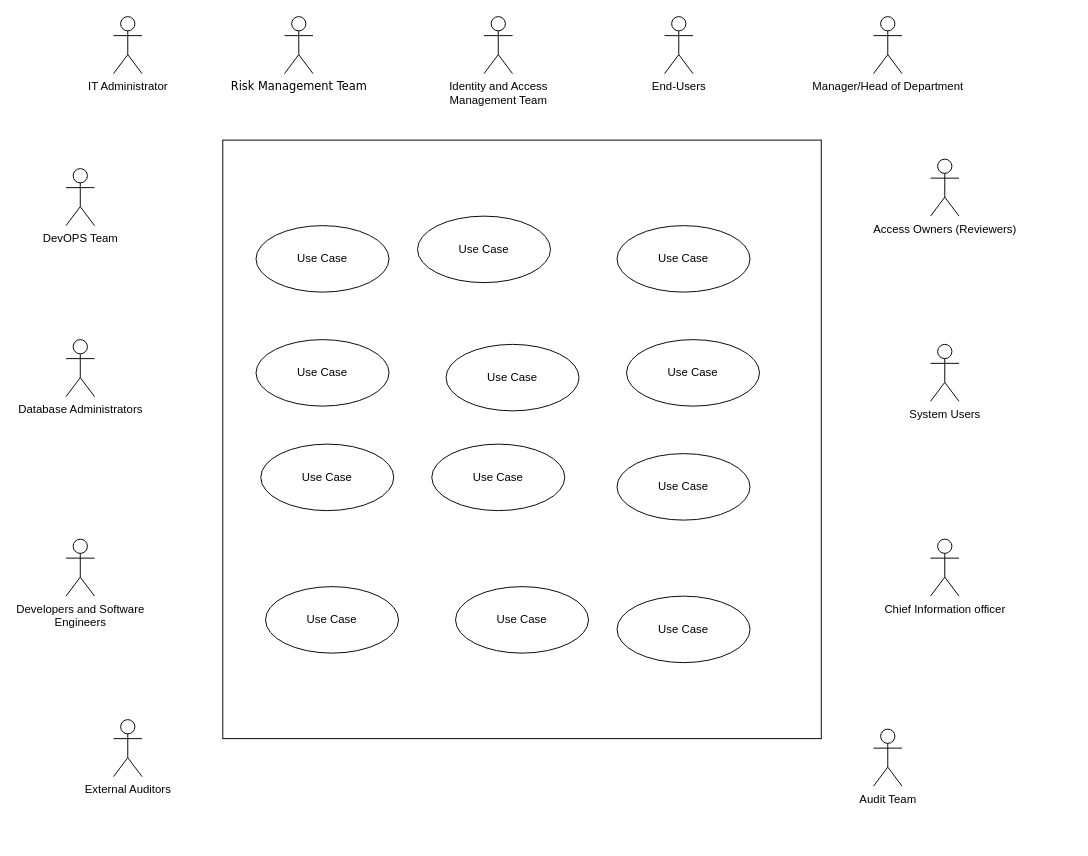
The draw.io diagram Untitled Diagram.drawio in DebasritaS/Sinethemba-Godlo-03, before the edit. Source tidied: cells renumbered, new cells numbered last; positions are measured from the earlier drawing's top-left corner, leaving out a move shared by most shapes. Both pictures are drawn from the tidied source at 95%, with x=0, y=0 at pixel (66, 16).
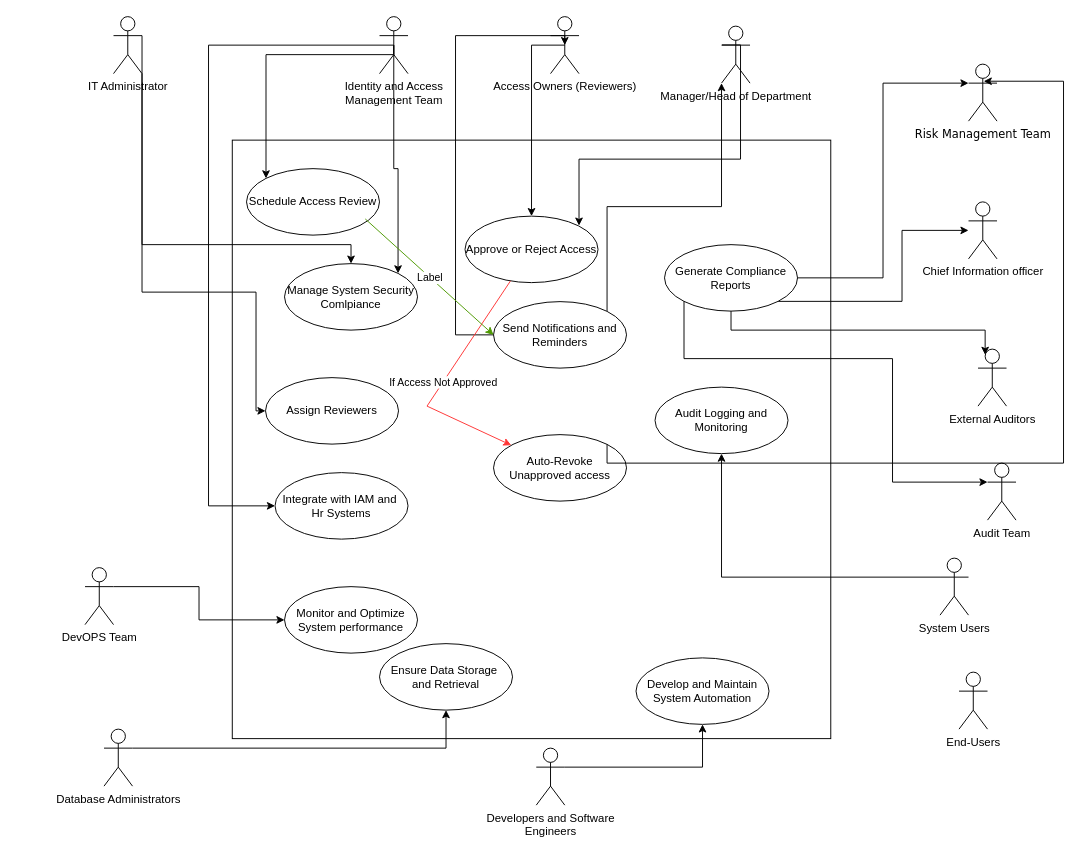
After the change.

Unchanged cells that the change refers to:
```xml
<mxCell id="4" value="IT Administrator" style="shape=umlActor;verticalLabelPosition=bottom;verticalAlign=top;html=1;outlineConnect=0;" parent="1" vertex="1">
  <mxGeometry x="50" width="30" height="60" as="geometry" />
</mxCell>
```

Change to the diagram source:
```diff
@@
     <mxCell id="2" value="Risk Management Team" style="shape=umlActor;verticalLabelPosition=bottom;verticalAlign=top;html=1;fontFamily=Verdana;" parent="1" vertex="1">
-      <mxGeometry x="230" width="30" height="60" as="geometry" />
+      <mxGeometry x="950" y="50" width="30" height="60" as="geometry" />
     </mxCell>
     <mxCell id="3" style="whiteSpace=wrap;html=1;" parent="1" vertex="1">
-      <mxGeometry x="165" y="130" width="630" height="630" as="geometry" />
+      <mxGeometry x="175" y="130" width="630" height="630" as="geometry" />
     </mxCell>
+    <mxCell id="28" style="edgeStyle=orthogonalEdgeStyle;rounded=0;jettySize=auto;html=1;exitX=1;exitY=1;exitDx=0;exitDy=0;exitPerimeter=0;" parent="1" edge="1" source="4" target="21">
+      <mxGeometry relative="1" as="geometry">
+        <Array as="points">
+          <mxPoint x="80" y="290" />
+          <mxPoint x="200" y="290" />
+        </Array>
+      </mxGeometry>
+    </mxCell>
+    <mxCell id="29" style="edgeStyle=orthogonalEdgeStyle;rounded=0;jettySize=auto;html=1;exitX=1;exitY=0.3333333333333333;exitDx=0;exitDy=0;exitPerimeter=0;" parent="1" edge="1" source="4" target="16">
+      <mxGeometry relative="1" as="geometry">
+        <Array as="points">
+          <mxPoint x="80" y="240" />
+          <mxPoint x="300" y="240" />
+        </Array>
+      </mxGeometry>
+    </mxCell>
@@
+    <mxCell id="30" style="edgeStyle=orthogonalEdgeStyle;rounded=0;jettySize=auto;html=1;exitX=0.5;exitY=0.5;exitDx=0;exitDy=0;exitPerimeter=0;entryX=0;entryY=0;entryDx=0;entryDy=0;" parent="1" edge="1" source="5" target="22">
+      <mxGeometry relative="1" as="geometry">
+        <Array as="points">
+          <mxPoint x="345" y="40" />
+          <mxPoint x="211" y="40" />
+        </Array>
+      </mxGeometry>
+    </mxCell>
+    <mxCell id="31" style="edgeStyle=orthogonalEdgeStyle;rounded=0;jettySize=auto;html=1;exitX=0.5;exitY=0.5;exitDx=0;exitDy=0;exitPerimeter=0;entryX=1;entryY=0;entryDx=0;entryDy=0;" parent="1" edge="1" source="5" target="16">
+      <mxGeometry relative="1" as="geometry">
+        <Array as="points">
+          <mxPoint x="345" y="160" />
+          <mxPoint x="350" y="160" />
+        </Array>
+      </mxGeometry>
+    </mxCell>
+    <mxCell id="32" style="edgeStyle=orthogonalEdgeStyle;rounded=0;jettySize=auto;html=1;exitX=0.5;exitY=0.5;exitDx=0;exitDy=0;exitPerimeter=0;entryX=0;entryY=0.5;entryDx=0;entryDy=0;" parent="1" edge="1" source="5" target="19">
+      <mxGeometry relative="1" as="geometry">
+        <Array as="points">
+          <mxPoint x="150" y="30" />
+          <mxPoint x="150" y="515" />
+        </Array>
+      </mxGeometry>
+    </mxCell>
     <mxCell id="5" value="Identity and Access&lt;div&gt;Management Team&lt;/div&gt;" style="shape=umlActor;verticalLabelPosition=bottom;verticalAlign=top;html=1;outlineConnect=0;" parent="1" vertex="1">
-      <mxGeometry x="440" width="30" height="60" as="geometry" />
+      <mxGeometry x="330" width="30" height="60" as="geometry" />
     </mxCell>
+    <mxCell id="33" style="edgeStyle=orthogonalEdgeStyle;rounded=0;jettySize=auto;html=1;exitX=1;exitY=0.3333333333333333;exitDx=0;exitDy=0;exitPerimeter=0;" parent="1" edge="1" source="6" target="18">
+      <mxGeometry relative="1" as="geometry" />
+    </mxCell>
     <mxCell id="6" value="Developers and Software&lt;div&gt;Engineers&lt;/div&gt;" style="shape=umlActor;verticalLabelPosition=bottom;verticalAlign=top;html=1;outlineConnect=0;" parent="1" vertex="1">
-      <mxGeometry y="550" width="30" height="60" as="geometry" />
+      <mxGeometry x="495" y="770" width="30" height="60" as="geometry" />
     </mxCell>
+    <mxCell id="34" style="edgeStyle=orthogonalEdgeStyle;rounded=0;jettySize=auto;html=1;exitX=1;exitY=0.3333333333333333;exitDx=0;exitDy=0;exitPerimeter=0;" parent="1" edge="1" source="7" target="20">
+      <mxGeometry relative="1" as="geometry" />
+    </mxCell>
     <mxCell id="7" value="Database Administrators" style="shape=umlActor;verticalLabelPosition=bottom;verticalAlign=top;html=1;outlineConnect=0;" parent="1" vertex="1">
-      <mxGeometry y="340" width="30" height="60" as="geometry" />
+      <mxGeometry x="40" y="750" width="30" height="60" as="geometry" />
     </mxCell>
     <mxCell id="8" value="External Auditors" style="shape=umlActor;verticalLabelPosition=bottom;verticalAlign=top;html=1;outlineConnect=0;" parent="1" vertex="1">
-      <mxGeometry x="50" y="740" width="30" height="60" as="geometry" />
+      <mxGeometry x="960" y="350" width="30" height="60" as="geometry" />
     </mxCell>
     <mxCell id="9" value="Chief Information officer" style="shape=umlActor;verticalLabelPosition=bottom;verticalAlign=top;html=1;outlineConnect=0;" parent="1" vertex="1">
-      <mxGeometry x="910" y="550" width="30" height="60" as="geometry" />
+      <mxGeometry x="950" y="195" width="30" height="60" as="geometry" />
     </mxCell>
+    <mxCell id="35" style="edgeStyle=orthogonalEdgeStyle;rounded=0;jettySize=auto;html=1;exitX=1;exitY=0.3333333333333333;exitDx=0;exitDy=0;exitPerimeter=0;entryX=0;entryY=0.5;entryDx=0;entryDy=0;" parent="1" edge="1" source="10" target="26">
+      <mxGeometry relative="1" as="geometry" />
+    </mxCell>
     <mxCell id="10" value="DevOPS Team" style="shape=umlActor;verticalLabelPosition=bottom;verticalAlign=top;html=1;outlineConnect=0;" parent="1" vertex="1">
-      <mxGeometry y="160" width="30" height="60" as="geometry" />
+      <mxGeometry x="20" y="580" width="30" height="60" as="geometry" />
     </mxCell>
+    <mxCell id="36" style="edgeStyle=orthogonalEdgeStyle;rounded=0;jettySize=auto;html=1;exitX=0.5;exitY=0.5;exitDx=0;exitDy=0;exitPerimeter=0;" parent="1" edge="1" source="11" target="23">
+      <mxGeometry relative="1" as="geometry">
+        <Array as="points">
+          <mxPoint x="490" y="30" />
+        </Array>
+      </mxGeometry>
+    </mxCell>
     <mxCell id="11" value="Access Owners (Reviewers)" style="shape=umlActor;verticalLabelPosition=bottom;verticalAlign=top;html=1;outlineConnect=0;" parent="1" vertex="1">
-      <mxGeometry x="910" y="150" width="30" height="60" as="geometry" />
+      <mxGeometry x="510" width="30" height="60" as="geometry" />
     </mxCell>
     <mxCell id="12" value="Audit Team" style="shape=umlActor;verticalLabelPosition=bottom;verticalAlign=top;html=1;outlineConnect=0;" parent="1" vertex="1">
-      <mxGeometry x="850" y="750" width="30" height="60" as="geometry" />
+      <mxGeometry x="970" y="470" width="30" height="60" as="geometry" />
     </mxCell>
+    <mxCell id="37" style="edgeStyle=orthogonalEdgeStyle;rounded=0;orthogonalLoop=1;jettySize=auto;html=1;exitX=0;exitY=0.3333333333333333;exitDx=0;exitDy=0;exitPerimeter=0;entryX=1;entryY=0;entryDx=0;entryDy=0;" parent="1" edge="1">
+      <mxGeometry relative="1" as="geometry">
+        <mxPoint x="690.5" y="29.8" as="sourcePoint" />
+        <mxPoint x="540" y="220" as="targetPoint" />
+        <Array as="points">
+          <mxPoint x="710" y="30" />
+          <mxPoint x="710" y="150" />
+          <mxPoint x="540" y="150" />
+        </Array>
+      </mxGeometry>
+    </mxCell>
     <mxCell id="13" value="Manager/Head of Department" style="shape=umlActor;verticalLabelPosition=bottom;verticalAlign=top;html=1;outlineConnect=0;" parent="1" vertex="1">
-      <mxGeometry x="850" width="30" height="60" as="geometry" />
+      <mxGeometry x="690" y="10" width="30" height="60" as="geometry" />
     </mxCell>
     <mxCell id="14" value="End-Users" style="shape=umlActor;verticalLabelPosition=bottom;verticalAlign=top;html=1;" parent="1" vertex="1">
-      <mxGeometry x="630" width="30" height="60" as="geometry" />
+      <mxGeometry x="940" y="690" width="30" height="60" as="geometry" />
     </mxCell>
+    <mxCell id="38" style="edgeStyle=orthogonalEdgeStyle;rounded=0;jettySize=auto;html=1;exitX=0;exitY=0.3333333333333333;exitDx=0;exitDy=0;exitPerimeter=0;" parent="1" edge="1" source="15" target="24">
+      <mxGeometry relative="1" as="geometry" />
+    </mxCell>
     <mxCell id="15" value="System Users" style="shape=umlActor;verticalLabelPosition=bottom;verticalAlign=top;html=1;outlineConnect=0;" parent="1" vertex="1">
-      <mxGeometry x="910" y="345" width="30" height="60" as="geometry" />
+      <mxGeometry x="920" y="570" width="30" height="60" as="geometry" />
     </mxCell>
-    <mxCell id="16" value="Use Case" style="ellipse;whiteSpace=wrap;html=1;" parent="1" vertex="1">
-      <mxGeometry x="200" y="220" width="140" height="70" as="geometry" />
+    <mxCell id="16" value="Manage System Security&lt;br&gt;Comlpiance" style="ellipse;whiteSpace=wrap;html=1;" parent="1" vertex="1">
+      <mxGeometry x="230" y="260" width="140" height="70" as="geometry" />
     </mxCell>
+    <mxCell id="39" style="edgeStyle=orthogonalEdgeStyle;rounded=0;jettySize=auto;html=1;exitX=1;exitY=1;exitDx=0;exitDy=0;" parent="1" edge="1" source="17" target="9">
+      <mxGeometry relative="1" as="geometry">
+        <Array as="points">
+          <mxPoint x="880" y="300" />
+          <mxPoint x="880" y="225" />
+        </Array>
+      </mxGeometry>
+    </mxCell>
-    <mxCell id="17" value="Use Case" style="ellipse;whiteSpace=wrap;html=1;" parent="1" vertex="1">
-      <mxGeometry x="200" y="340" width="140" height="70" as="geometry" />
+    <mxCell id="17" value="Generate Compliance Reports" style="ellipse;whiteSpace=wrap;html=1;" parent="1" vertex="1">
+      <mxGeometry x="630" y="240" width="140" height="70" as="geometry" />
     </mxCell>
-    <mxCell id="18" value="Use Case" style="ellipse;whiteSpace=wrap;html=1;" parent="1" vertex="1">
-      <mxGeometry x="205" y="450" width="140" height="70" as="geometry" />
+    <mxCell id="18" value="Develop and Maintain&lt;br&gt;System Automation" style="ellipse;whiteSpace=wrap;html=1;" parent="1" vertex="1">
+      <mxGeometry x="600" y="675" width="140" height="70" as="geometry" />
     </mxCell>
-    <mxCell id="19" value="Use Case" style="ellipse;whiteSpace=wrap;html=1;" parent="1" vertex="1">
-      <mxGeometry x="370" y="210" width="140" height="70" as="geometry" />
+    <mxCell id="19" value="Integrate with IAM and&amp;nbsp;&lt;div&gt;Hr Systems&lt;/div&gt;" style="ellipse;whiteSpace=wrap;html=1;" parent="1" vertex="1">
+      <mxGeometry x="220" y="480" width="140" height="70" as="geometry" />
     </mxCell>
-    <mxCell id="20" value="Use Case" style="ellipse;whiteSpace=wrap;html=1;" parent="1" vertex="1">
-      <mxGeometry x="385" y="450" width="140" height="70" as="geometry" />
+    <mxCell id="20" value="Ensure Data Storage&amp;nbsp;&lt;div&gt;and Retrieval&lt;/div&gt;" style="ellipse;whiteSpace=wrap;html=1;" parent="1" vertex="1">
+      <mxGeometry x="330" y="660" width="140" height="70" as="geometry" />
     </mxCell>
-    <mxCell id="21" value="Use Case" style="ellipse;whiteSpace=wrap;html=1;" parent="1" vertex="1">
-      <mxGeometry x="210" y="600" width="140" height="70" as="geometry" />
+    <mxCell id="21" value="Assign Reviewers" style="ellipse;whiteSpace=wrap;html=1;" parent="1" vertex="1">
+      <mxGeometry x="210" y="380" width="140" height="70" as="geometry" />
     </mxCell>
-    <mxCell id="22" value="Use Case" style="ellipse;whiteSpace=wrap;html=1;" parent="1" vertex="1">
-      <mxGeometry x="410" y="600" width="140" height="70" as="geometry" />
+    <mxCell id="22" value="Schedule Access Review" style="ellipse;whiteSpace=wrap;html=1;" parent="1" vertex="1">
+      <mxGeometry x="190" y="160" width="140" height="70" as="geometry" />
     </mxCell>
-    <mxCell id="23" value="Use Case" style="ellipse;whiteSpace=wrap;html=1;" parent="1" vertex="1">
-      <mxGeometry x="400" y="345" width="140" height="70" as="geometry" />
+    <mxCell id="23" value="Approve or Reject Access" style="ellipse;whiteSpace=wrap;html=1;" parent="1" vertex="1">
+      <mxGeometry x="420" y="210" width="140" height="70" as="geometry" />
     </mxCell>
-    <mxCell id="24" value="Use Case" style="ellipse;whiteSpace=wrap;html=1;" parent="1" vertex="1">
-      <mxGeometry x="580" y="220" width="140" height="70" as="geometry" />
+    <mxCell id="24" value="Audit Logging and Monitoring" style="ellipse;whiteSpace=wrap;html=1;" parent="1" vertex="1">
+      <mxGeometry x="620" y="390" width="140" height="70" as="geometry" />
     </mxCell>
-    <mxCell id="25" value="Use Case" style="ellipse;whiteSpace=wrap;html=1;" parent="1" vertex="1">
-      <mxGeometry x="590" y="340" width="140" height="70" as="geometry" />
+    <mxCell id="25" value="Auto-Revoke&lt;div&gt;Unapproved access&lt;/div&gt;" style="ellipse;whiteSpace=wrap;html=1;" parent="1" vertex="1">
+      <mxGeometry x="450" y="440" width="140" height="70" as="geometry" />
     </mxCell>
-    <mxCell id="26" value="Use Case" style="ellipse;whiteSpace=wrap;html=1;" parent="1" vertex="1">
-      <mxGeometry x="580" y="460" width="140" height="70" as="geometry" />
+    <mxCell id="26" value="Monitor and Optimize System performance" style="ellipse;whiteSpace=wrap;html=1;" parent="1" vertex="1">
+      <mxGeometry x="230" y="600" width="140" height="70" as="geometry" />
     </mxCell>
+    <mxCell id="40" style="edgeStyle=orthogonalEdgeStyle;rounded=0;jettySize=auto;html=1;exitX=1;exitY=0;exitDx=0;exitDy=0;" parent="1" edge="1" source="27" target="13">
+      <mxGeometry relative="1" as="geometry">
+        <Array as="points">
+          <mxPoint x="570" y="200" />
+          <mxPoint x="690" y="200" />
+        </Array>
+      </mxGeometry>
+    </mxCell>
-    <mxCell id="27" value="Use Case" style="ellipse;whiteSpace=wrap;html=1;" parent="1" vertex="1">
-      <mxGeometry x="580" y="610" width="140" height="70" as="geometry" />
+    <mxCell id="27" value="Send Notifications and&lt;div&gt;Reminders&lt;/div&gt;" style="ellipse;whiteSpace=wrap;html=1;" parent="1" vertex="1">
+      <mxGeometry x="450" y="300" width="140" height="70" as="geometry" />
     </mxCell>
+    <mxCell id="41" style="edgeStyle=orthogonalEdgeStyle;rounded=0;jettySize=auto;html=1;exitX=1;exitY=0.5;exitDx=0;exitDy=0;entryX=0;entryY=0.3333333333333333;entryDx=0;entryDy=0;entryPerimeter=0;" parent="1" edge="1" source="17" target="2">
+      <mxGeometry relative="1" as="geometry" />
+    </mxCell>
+    <mxCell id="42" style="edgeStyle=orthogonalEdgeStyle;rounded=0;jettySize=auto;html=1;exitX=0.5;exitY=1;exitDx=0;exitDy=0;entryX=0.25;entryY=0.1;entryDx=0;entryDy=0;entryPerimeter=0;" parent="1" edge="1" source="17" target="8">
+      <mxGeometry relative="1" as="geometry" />
+    </mxCell>
+    <mxCell id="43" style="edgeStyle=orthogonalEdgeStyle;rounded=0;jettySize=auto;html=1;exitX=0;exitY=0.5;exitDx=0;exitDy=0;entryX=0.5;entryY=0.5;entryDx=0;entryDy=0;entryPerimeter=0;" parent="1" edge="1" source="27" target="11">
+      <mxGeometry relative="1" as="geometry">
+        <Array as="points">
+          <mxPoint x="410" y="335" />
+          <mxPoint x="410" y="20" />
+          <mxPoint x="525" y="20" />
+        </Array>
+      </mxGeometry>
+    </mxCell>
+    <mxCell id="44" style="edgeStyle=orthogonalEdgeStyle;rounded=0;jettySize=auto;html=1;exitX=0;exitY=1;exitDx=0;exitDy=0;entryX=0;entryY=0.3333333333333333;entryDx=0;entryDy=0;entryPerimeter=0;" parent="1" edge="1" source="17" target="12">
+      <mxGeometry relative="1" as="geometry">
+        <Array as="points">
+          <mxPoint x="651" y="360" />
+          <mxPoint x="870" y="360" />
+          <mxPoint x="870" y="490" />
+        </Array>
+      </mxGeometry>
+    </mxCell>
+    <mxCell id="45" style="endArrow=classic;html=1;rounded=0;fontColor=#FF0000;strokeColor=#FF3333;" parent="1" edge="1" source="23" target="25">
+      <mxGeometry relative="1" as="geometry">
+        <Array as="points">
+          <mxPoint x="380" y="410" />
+        </Array>
+      </mxGeometry>
+    </mxCell>
+    <mxCell id="46" value="If Access Not Approved" style="edgeLabel;html=1;align=center;verticalAlign=middle;" parent="45" vertex="1">
+      <mxGeometry relative="1" as="geometry" />
+    </mxCell>
+    <mxCell id="47" style="edgeStyle=orthogonalEdgeStyle;rounded=0;jettySize=auto;html=1;exitX=1;exitY=0;exitDx=0;exitDy=0;entryX=0.533;entryY=0.3;entryDx=0;entryDy=0;entryPerimeter=0;" parent="1" edge="1" source="25" target="2">
+      <mxGeometry relative="1" as="geometry">
+        <Array as="points">
+          <mxPoint x="570" y="470" />
+          <mxPoint x="1050" y="470" />
+          <mxPoint x="1050" y="68" />
+        </Array>
+      </mxGeometry>
+    </mxCell>
+    <mxCell id="48" style="endArrow=classic;html=1;rounded=0;entryX=0;entryY=0.5;entryDx=0;entryDy=0;exitX=0.893;exitY=0.757;exitDx=0;exitDy=0;exitPerimeter=0;strokeColor=#4D9900;" parent="1" edge="1" source="22" target="27">
+      <mxGeometry relative="1" as="geometry" />
+    </mxCell>
+    <mxCell id="49" value="Label" style="edgeLabel;html=1;align=center;verticalAlign=middle;" parent="48" vertex="1">
+      <mxGeometry relative="1" as="geometry" />
+    </mxCell>
```
